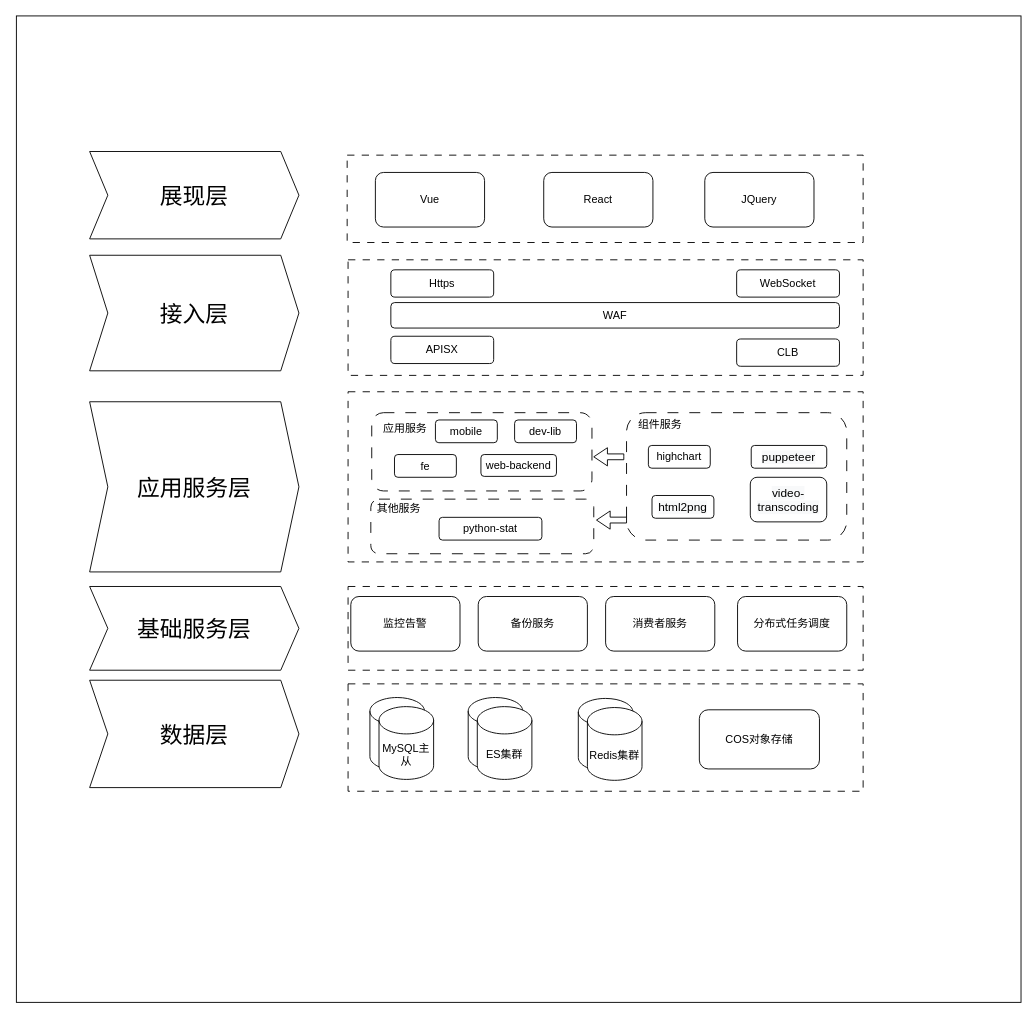
The draw.io diagram 系统架构图.drawio in qf2020/drawio, before the edit. Source tidied: cells renumbered, new cells numbered last; positions are measured from the earlier drawing's top-left corner, leaving out a move shared by most shapes. Both pictures are drawn from the tidied source at 91%, with x=0, y=0 at pixel (16, 15).
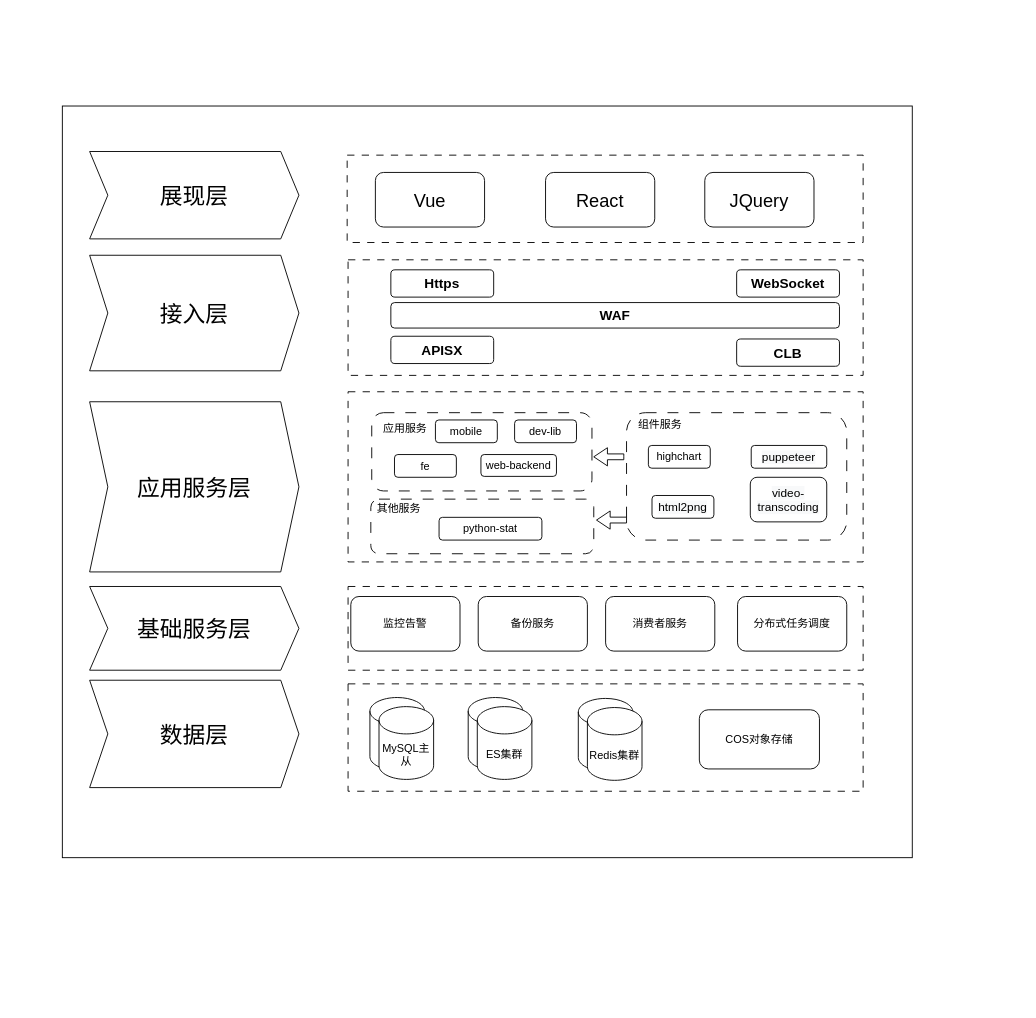
The same diagram, later.

Commit message (it also covers changes not shown here):
更新系统架构图.drawio

Change to the diagram source:
```diff
@@
     <mxCell id="2" style="whiteSpace=wrap;html=1;" parent="1" vertex="1">
-      <mxGeometry x="-0.5" width="1104" height="1084" as="geometry" />
+      <mxGeometry x="50" y="99" width="934" height="826" as="geometry" />
     </mxCell>
@@
-    <mxCell id="25" value="Https" style="rounded=1;whiteSpace=wrap;html=1;" parent="1" vertex="1">
+    <mxCell id="25" value="&lt;font style=&quot;font-size: 15px;&quot;&gt;&lt;b&gt;Https&lt;/b&gt;&lt;/font&gt;" style="rounded=1;whiteSpace=wrap;html=1;" parent="1" vertex="1">
       <mxGeometry x="411" y="279" width="113" height="30" as="geometry" />
     </mxCell>
@@
-    <mxCell id="27" value="Vue" style="rounded=1;whiteSpace=wrap;html=1;" parent="1" vertex="1">
+    <mxCell id="27" value="&lt;font style=&quot;font-size: 20px;&quot;&gt;Vue&lt;/font&gt;" style="rounded=1;whiteSpace=wrap;html=1;" parent="1" vertex="1">
       <mxGeometry x="394" y="172" width="120" height="60" as="geometry" />
     </mxCell>
-    <mxCell id="28" value="React" style="rounded=1;whiteSpace=wrap;html=1;" parent="1" vertex="1">
-      <mxGeometry x="579" y="172" width="120" height="60" as="geometry" />
-    </mxCell>
-    <mxCell id="29" value="JQuery" style="rounded=1;whiteSpace=wrap;html=1;" parent="1" vertex="1">
+    <mxCell id="29" value="&lt;font style=&quot;font-size: 20px;&quot;&gt;JQuery&lt;/font&gt;" style="rounded=1;whiteSpace=wrap;html=1;" parent="1" vertex="1">
       <mxGeometry x="756" y="172" width="120" height="60" as="geometry" />
     </mxCell>
-    <mxCell id="30" value="WebSocket" style="rounded=1;whiteSpace=wrap;html=1;" parent="1" vertex="1">
+    <mxCell id="30" value="&lt;font style=&quot;font-size: 15px;&quot;&gt;&lt;b&gt;WebSocket&lt;/b&gt;&lt;/font&gt;" style="rounded=1;whiteSpace=wrap;html=1;" parent="1" vertex="1">
       <mxGeometry x="791" y="279" width="113" height="30" as="geometry" />
     </mxCell>
-    <mxCell id="31" value="WAF" style="rounded=1;whiteSpace=wrap;html=1;" parent="1" vertex="1">
+    <mxCell id="31" value="&lt;font style=&quot;font-size: 15px;&quot;&gt;&lt;b&gt;WAF&lt;/b&gt;&lt;/font&gt;" style="rounded=1;whiteSpace=wrap;html=1;" parent="1" vertex="1">
       <mxGeometry x="411" y="315" width="493" height="28" as="geometry" />
     </mxCell>
-    <mxCell id="32" value="APISX" style="rounded=1;whiteSpace=wrap;html=1;" parent="1" vertex="1">
+    <mxCell id="32" value="&lt;font style=&quot;font-size: 15px;&quot;&gt;&lt;b&gt;APISX&lt;/b&gt;&lt;/font&gt;" style="rounded=1;whiteSpace=wrap;html=1;" parent="1" vertex="1">
       <mxGeometry x="411" y="352" width="113" height="30" as="geometry" />
     </mxCell>
-    <mxCell id="33" value="CLB" style="rounded=1;whiteSpace=wrap;html=1;" parent="1" vertex="1">
+    <mxCell id="33" value="&lt;font style=&quot;font-size: 15px;&quot;&gt;&lt;b&gt;CLB&lt;/b&gt;&lt;/font&gt;" style="rounded=1;whiteSpace=wrap;html=1;" parent="1" vertex="1">
       <mxGeometry x="791" y="355" width="113" height="30" as="geometry" />
     </mxCell>
@@
+    <mxCell id="28" value="&lt;font style=&quot;font-size: 20px;&quot;&gt;React&lt;/font&gt;" style="rounded=1;whiteSpace=wrap;html=1;" parent="1" vertex="1">
+      <mxGeometry x="581" y="172" width="120" height="60" as="geometry" />
+    </mxCell>
```
